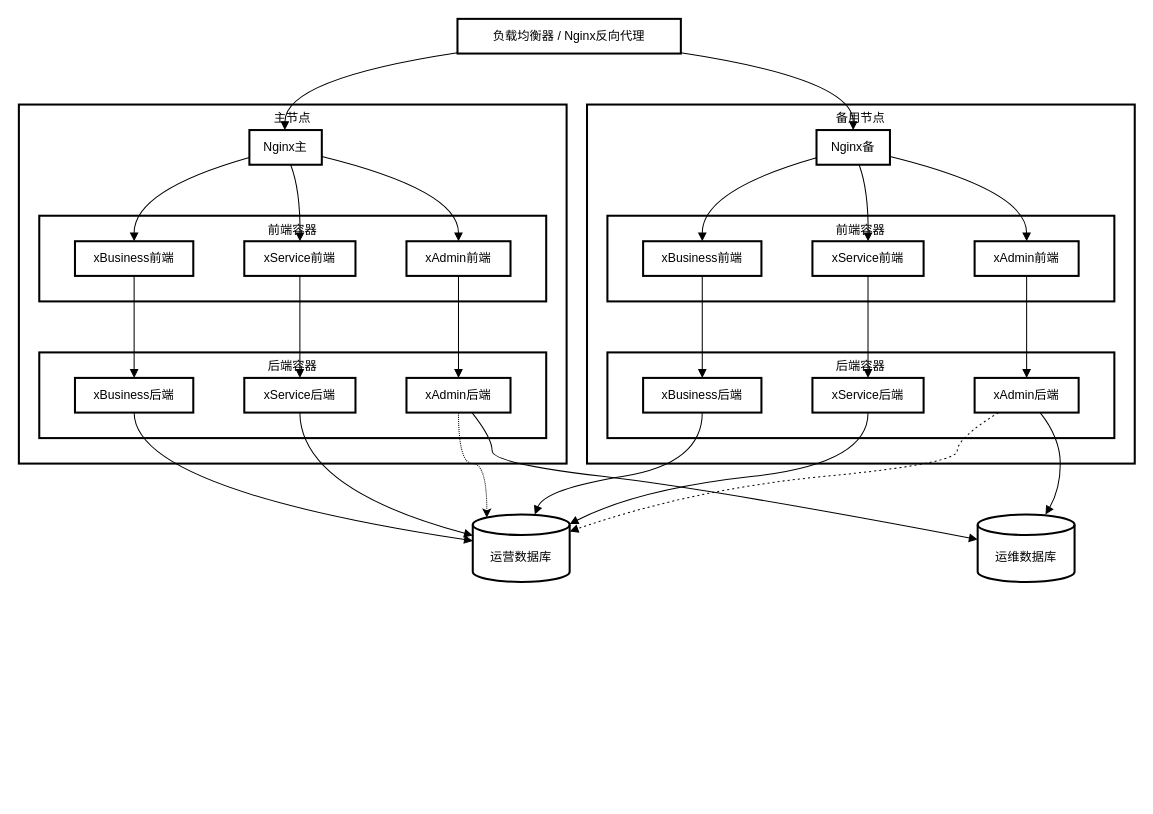
This is 未命名绘图.drawio from bachcuda/etltool, a draw.io file, before an edit. Source tidied: cells renumbered, new cells numbered last; positions are measured from the earlier drawing's top-left corner, leaving out a move shared by most shapes. Both pictures are drawn from the tidied source at 102%, with x=0, y=0 at pixel (18, 18).
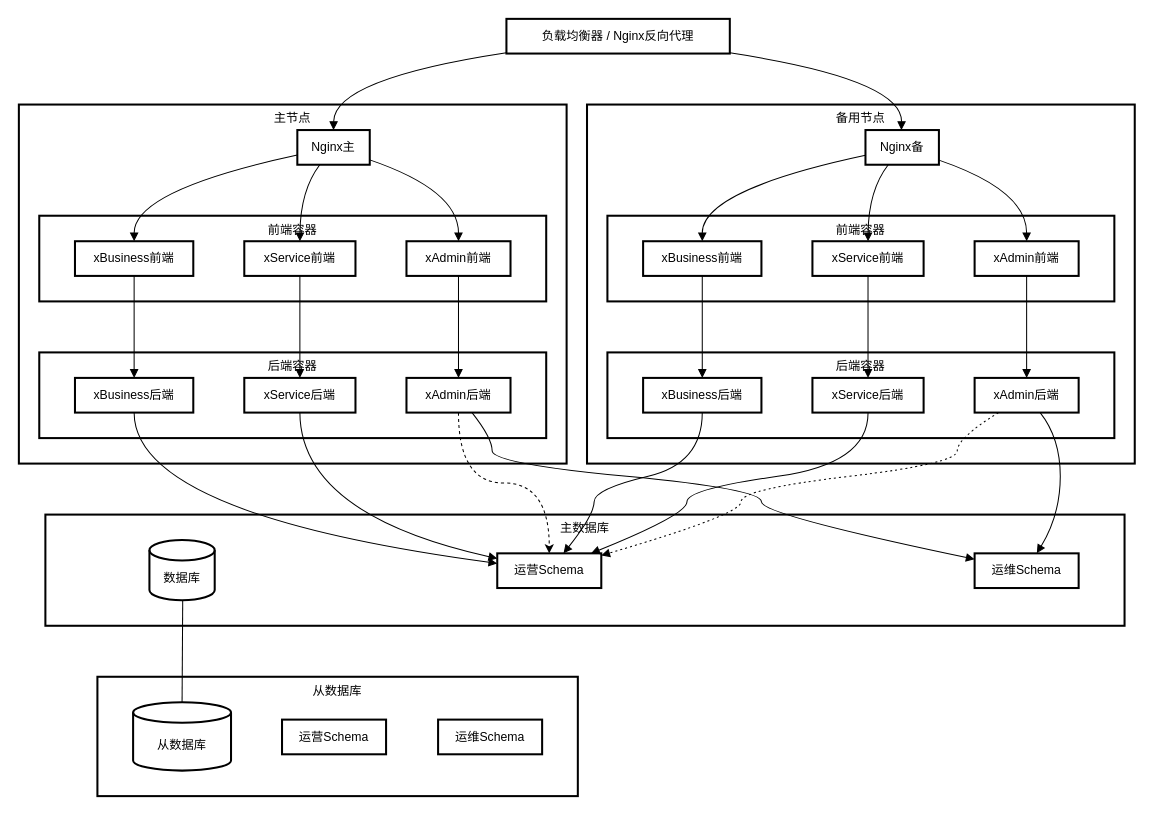
The same page after the edit.

Commit message (it also covers changes not shown here):
更新未命名绘图.drawio

Unchanged cells that the change refers to:
```xml
<mxCell id="6" value="xBusiness后端" style="whiteSpace=wrap;strokeWidth=2;" parent="1" vertex="1">
  <mxGeometry x="612" y="352" width="116" height="34" as="geometry" />
</mxCell>
<mxCell id="7" value="xService后端" style="whiteSpace=wrap;strokeWidth=2;" parent="1" vertex="1">
  <mxGeometry x="778" y="352" width="109" height="34" as="geometry" />
</mxCell>
<mxCell id="8" value="xAdmin后端" style="whiteSpace=wrap;strokeWidth=2;" parent="1" vertex="1">
  <mxGeometry x="937" y="352" width="102" height="34" as="geometry" />
</mxCell>
<mxCell id="9" value="xBusiness前端" style="whiteSpace=wrap;strokeWidth=2;" parent="1" vertex="1">
  <mxGeometry x="612" y="218" width="116" height="34" as="geometry" />
</mxCell>
<mxCell id="10" value="xService前端" style="whiteSpace=wrap;strokeWidth=2;" parent="1" vertex="1">
  <mxGeometry x="778" y="218" width="109" height="34" as="geometry" />
</mxCell>
<mxCell id="11" value="xAdmin前端" style="whiteSpace=wrap;strokeWidth=2;" parent="1" vertex="1">
  <mxGeometry x="937" y="218" width="102" height="34" as="geometry" />
</mxCell>
<mxCell id="16" value="xBusiness后端" style="whiteSpace=wrap;strokeWidth=2;" parent="1" vertex="1">
  <mxGeometry x="55" y="352" width="116" height="34" as="geometry" />
</mxCell>
<mxCell id="17" value="xService后端" style="whiteSpace=wrap;strokeWidth=2;" parent="1" vertex="1">
  <mxGeometry x="221" y="352" width="109" height="34" as="geometry" />
</mxCell>
<mxCell id="18" value="xAdmin后端" style="whiteSpace=wrap;strokeWidth=2;" parent="1" vertex="1">
  <mxGeometry x="380" y="352" width="102" height="34" as="geometry" />
</mxCell>
<mxCell id="19" value="xBusiness前端" style="whiteSpace=wrap;strokeWidth=2;" parent="1" vertex="1">
  <mxGeometry x="55" y="218" width="116" height="34" as="geometry" />
</mxCell>
<mxCell id="20" value="xService前端" style="whiteSpace=wrap;strokeWidth=2;" parent="1" vertex="1">
  <mxGeometry x="221" y="218" width="109" height="34" as="geometry" />
</mxCell>
<mxCell id="21" value="xAdmin前端" style="whiteSpace=wrap;strokeWidth=2;" parent="1" vertex="1">
  <mxGeometry x="380" y="218" width="102" height="34" as="geometry" />
</mxCell>
```

Change to the diagram source:
```diff
@@
+    <mxCell id="47" value="从数据库" style="whiteSpace=wrap;strokeWidth=2;verticalAlign=top;" parent="1" vertex="1">
+      <mxGeometry x="77" y="645" width="471" height="117" as="geometry" />
+    </mxCell>
+    <mxCell id="48" value="从数据库" style="shape=cylinder3;boundedLbl=1;backgroundOutline=1;size=10;strokeWidth=2;whiteSpace=wrap;" parent="1" vertex="1">
+      <mxGeometry x="112" y="670" width="96" height="67" as="geometry" />
+    </mxCell>
+    <mxCell id="49" value="运营Schema" style="whiteSpace=wrap;strokeWidth=2;" parent="1" vertex="1">
+      <mxGeometry x="258" y="687" width="102" height="34" as="geometry" />
+    </mxCell>
+    <mxCell id="50" value="运维Schema" style="whiteSpace=wrap;strokeWidth=2;" parent="1" vertex="1">
+      <mxGeometry x="411" y="687" width="102" height="34" as="geometry" />
+    </mxCell>
+    <mxCell id="51" value="主数据库" style="whiteSpace=wrap;strokeWidth=2;verticalAlign=top;" parent="1" vertex="1">
+      <mxGeometry x="26" y="486" width="1058" height="109" as="geometry" />
+    </mxCell>
+    <mxCell id="52" value="数据库" style="shape=cylinder3;boundedLbl=1;backgroundOutline=1;size=10;strokeWidth=2;whiteSpace=wrap;" parent="1" vertex="1">
+      <mxGeometry x="128" y="511" width="64" height="59" as="geometry" />
+    </mxCell>
+    <mxCell id="53" value="运营Schema" style="whiteSpace=wrap;strokeWidth=2;" parent="1" vertex="1">
+      <mxGeometry x="469" y="524" width="102" height="34" as="geometry" />
+    </mxCell>
+    <mxCell id="54" value="运维Schema" style="whiteSpace=wrap;strokeWidth=2;" parent="1" vertex="1">
+      <mxGeometry x="937" y="524" width="102" height="34" as="geometry" />
+    </mxCell>
@@
     <mxCell id="3" value="Nginx备" style="whiteSpace=wrap;strokeWidth=2;" parent="1" vertex="1">
-      <mxGeometry x="782" y="109" width="72" height="34" as="geometry" />
+      <mxGeometry x="830" y="109" width="72" height="34" as="geometry" />
     </mxCell>
@@
     <mxCell id="13" value="Nginx主" style="whiteSpace=wrap;strokeWidth=2;" parent="1" vertex="1">
-      <mxGeometry x="226" y="109" width="71" height="34" as="geometry" />
+      <mxGeometry x="273" y="109" width="71" height="34" as="geometry" />
     </mxCell>
@@
+    <mxCell id="55" style="edgeStyle=orthogonalEdgeStyle;rounded=0;jettySize=auto;html=1;curved=1;dashed=1;" parent="1" edge="1" source="18" target="53">
+      <mxGeometry relative="1" as="geometry" />
+    </mxCell>
@@
     <mxCell id="22" value="负载均衡器 / Nginx反向代理" style="whiteSpace=wrap;strokeWidth=2;" parent="1" vertex="1">
-      <mxGeometry x="430" width="219" height="34" as="geometry" />
+      <mxGeometry x="478" width="219" height="34" as="geometry" />
     </mxCell>
-    <mxCell id="23" value="运营数据库" style="shape=cylinder3;boundedLbl=1;backgroundOutline=1;size=10;strokeWidth=2;whiteSpace=wrap;" parent="1" vertex="1">
-      <mxGeometry x="445" y="486" width="95" height="66" as="geometry" />
-    </mxCell>
-    <mxCell id="24" value="运维数据库" style="shape=cylinder3;boundedLbl=1;backgroundOutline=1;size=10;strokeWidth=2;whiteSpace=wrap;" parent="1" vertex="1">
-      <mxGeometry x="940" y="486" width="95" height="66" as="geometry" />
-    </mxCell>
-    <mxCell id="25" style="curved=1;startArrow=none;endArrow=block;exitX=0;exitY=0.98;entryX=0.49;entryY=0;rounded=0;" parent="1" edge="1" source="22" target="13">
+    <mxCell id="25" style="curved=1;startArrow=none;endArrow=block;exitX=0;exitY=0.98;entryX=0.5;entryY=0;rounded=0;" parent="1" edge="1" source="22" target="13">
       <mxGeometry relative="1" as="geometry">
         <Array as="points">
-          <mxPoint x="261" y="59" />
+          <mxPoint x="309" y="59" />
         </Array>
       </mxGeometry>
     </mxCell>
-    <mxCell id="26" style="curved=1;startArrow=none;endArrow=block;exitX=1;exitY=0.98;entryX=0.5;entryY=0;rounded=0;" parent="1" edge="1" source="22" target="3">
+    <mxCell id="26" style="curved=1;startArrow=none;endArrow=block;exitX=1;exitY=0.98;entryX=0.49;entryY=0;rounded=0;" parent="1" edge="1" source="22" target="3">
       <mxGeometry relative="1" as="geometry">
         <Array as="points">
-          <mxPoint x="818" y="59" />
+          <mxPoint x="866" y="59" />
         </Array>
       </mxGeometry>
     </mxCell>
-    <mxCell id="27" style="curved=1;startArrow=none;endArrow=block;exitX=-0.01;exitY=0.8;entryX=0.5;entryY=0;rounded=0;" parent="1" edge="1" source="13" target="19">
+    <mxCell id="27" style="curved=1;startArrow=none;endArrow=block;exitX=0;exitY=0.72;entryX=0.5;entryY=0;rounded=0;" parent="1" edge="1" source="13" target="19">
       <mxGeometry relative="1" as="geometry">
         <Array as="points">
           <mxPoint x="113" y="168" />
         </Array>
       </mxGeometry>
     </mxCell>
-    <mxCell id="28" style="curved=1;startArrow=none;endArrow=block;exitX=0.57;exitY=1;entryX=0.5;entryY=0;rounded=0;" parent="1" edge="1" source="13" target="20">
+    <mxCell id="28" style="curved=1;startArrow=none;endArrow=block;exitX=0.31;exitY=1;entryX=0.5;entryY=0;rounded=0;" parent="1" edge="1" source="13" target="20">
       <mxGeometry relative="1" as="geometry">
         <Array as="points">
           <mxPoint x="276" y="168" />
         </Array>
       </mxGeometry>
     </mxCell>
-    <mxCell id="29" style="curved=1;startArrow=none;endArrow=block;exitX=0.99;exitY=0.76;entryX=0.5;entryY=0;rounded=0;" parent="1" edge="1" source="13" target="21">
+    <mxCell id="29" style="curved=1;startArrow=none;endArrow=block;exitX=1;exitY=0.86;entryX=0.5;entryY=0;rounded=0;" parent="1" edge="1" source="13" target="21">
       <mxGeometry relative="1" as="geometry">
         <Array as="points">
           <mxPoint x="431" y="168" />
         </Array>
       </mxGeometry>
     </mxCell>
-    <mxCell id="30" style="curved=1;startArrow=none;endArrow=block;exitX=0;exitY=0.8;entryX=0.5;entryY=0;rounded=0;" parent="1" edge="1" source="3" target="9">
+    <mxCell id="30" style="curved=1;startArrow=none;endArrow=block;exitX=0;exitY=0.73;entryX=0.5;entryY=0;rounded=0;" parent="1" edge="1" source="3" target="9">
       <mxGeometry relative="1" as="geometry">
         <Array as="points">
           <mxPoint x="670" y="168" />
         </Array>
       </mxGeometry>
     </mxCell>
-    <mxCell id="31" style="curved=1;startArrow=none;endArrow=block;exitX=0.58;exitY=1;entryX=0.5;entryY=0;rounded=0;" parent="1" edge="1" source="3" target="10">
+    <mxCell id="31" style="curved=1;startArrow=none;endArrow=block;exitX=0.31;exitY=1;entryX=0.5;entryY=0;rounded=0;" parent="1" edge="1" source="3" target="10">
       <mxGeometry relative="1" as="geometry">
         <Array as="points">
           <mxPoint x="833" y="168" />
         </Array>
       </mxGeometry>
     </mxCell>
-    <mxCell id="32" style="curved=1;startArrow=none;endArrow=block;exitX=0.99;exitY=0.76;entryX=0.5;entryY=0;rounded=0;" parent="1" edge="1" source="3" target="11">
+    <mxCell id="32" style="curved=1;startArrow=none;endArrow=block;exitX=0.99;exitY=0.86;entryX=0.5;entryY=0;rounded=0;" parent="1" edge="1" source="3" target="11">
       <mxGeometry relative="1" as="geometry">
         <Array as="points">
           <mxPoint x="988" y="168" />
         </Array>
       </mxGeometry>
     </mxCell>
@@
-    <mxCell id="39" style="curved=1;startArrow=none;endArrow=block;exitX=0.5;exitY=1;entryX=0;entryY=0.39;rounded=0;" parent="1" edge="1" source="16" target="23">
-      <mxGeometry relative="1" as="geometry">
-        <Array as="points">
-          <mxPoint x="113" y="461" />
-        </Array>
-      </mxGeometry>
-    </mxCell>
-    <mxCell id="40" style="curved=1;startArrow=none;endArrow=block;exitX=0.5;exitY=1;entryX=0;entryY=0.31;rounded=0;" parent="1" edge="1" source="17" target="23">
-      <mxGeometry relative="1" as="geometry">
-        <Array as="points">
-          <mxPoint x="276" y="461" />
-        </Array>
-      </mxGeometry>
-    </mxCell>
-    <mxCell id="41" style="curved=1;startArrow=none;endArrow=block;exitX=0.5;exitY=1;entryX=0.64;entryY=0;rounded=0;" parent="1" edge="1" source="6" target="23">
-      <mxGeometry relative="1" as="geometry">
-        <Array as="points">
-          <mxPoint x="670" y="436" />
-          <mxPoint x="516" y="461" />
-        </Array>
-      </mxGeometry>
-    </mxCell>
-    <mxCell id="42" style="curved=1;startArrow=none;endArrow=block;exitX=0.5;exitY=1;entryX=1;entryY=0.14;rounded=0;" parent="1" edge="1" source="7" target="23">
-      <mxGeometry relative="1" as="geometry">
-        <Array as="points">
-          <mxPoint x="833" y="436" />
-          <mxPoint x="607" y="461" />
-        </Array>
-      </mxGeometry>
-    </mxCell>
-    <mxCell id="43" style="curved=1;startArrow=none;endArrow=block;exitX=0.63;exitY=1;entryX=0;entryY=0.37;rounded=0;" parent="1" edge="1" source="18" target="24">
-      <mxGeometry relative="1" as="geometry">
-        <Array as="points">
-          <mxPoint x="464" y="411" />
-          <mxPoint x="464" y="436" />
-          <mxPoint x="680" y="461" />
-        </Array>
-      </mxGeometry>
-    </mxCell>
-    <mxCell id="44" style="curved=1;startArrow=none;endArrow=block;exitX=0.63;exitY=1;entryX=0.7;entryY=0;rounded=0;" parent="1" edge="1" source="8" target="24">
-      <mxGeometry relative="1" as="geometry">
-        <Array as="points">
-          <mxPoint x="1021" y="411" />
-          <mxPoint x="1021" y="461" />
-        </Array>
-      </mxGeometry>
-    </mxCell>
-    <mxCell id="45" style="curved=1;dashed=1;dashPattern=2 3;startArrow=none;endArrow=block;exitX=0.23;exitY=1;entryX=1;entryY=0.25;rounded=0;" parent="1" edge="1" source="8" target="23">
-      <mxGeometry relative="1" as="geometry">
-        <Array as="points">
-          <mxPoint x="920" y="411" />
-          <mxPoint x="920" y="436" />
-          <mxPoint x="660" y="461" />
-        </Array>
-      </mxGeometry>
-    </mxCell>
-    <mxCell id="46" style="edgeStyle=orthogonalEdgeStyle;rounded=0;jettySize=auto;html=1;entryX=0.145;entryY=0;entryDx=0;entryDy=2.9;entryPerimeter=0;dashed=1;dashPattern=1 1;curved=1;" parent="1" edge="1" source="18" target="23">
-      <mxGeometry relative="1" as="geometry" />
-    </mxCell>
+    <mxCell id="56" style="curved=1;startArrow=none;endArrow=block;exitX=0.5;exitY=1;entryX=0;entryY=0.29;rounded=0;" parent="1" edge="1" source="16" target="53">
+      <mxGeometry relative="1" as="geometry">
+        <Array as="points">
+          <mxPoint x="113" y="486" />
+        </Array>
+      </mxGeometry>
+    </mxCell>
+    <mxCell id="57" style="curved=1;startArrow=none;endArrow=block;exitX=0.5;exitY=1;entryX=0;entryY=0.15;rounded=0;" parent="1" edge="1" source="17" target="53">
+      <mxGeometry relative="1" as="geometry">
+        <Array as="points">
+          <mxPoint x="276" y="486" />
+        </Array>
+      </mxGeometry>
+    </mxCell>
+    <mxCell id="58" style="curved=1;startArrow=none;endArrow=block;exitX=0.5;exitY=1;entryX=0.64;entryY=-0.01;rounded=0;" parent="1" edge="1" source="6" target="53">
+      <mxGeometry relative="1" as="geometry">
+        <Array as="points">
+          <mxPoint x="670" y="436" />
+          <mxPoint x="564" y="461" />
+          <mxPoint x="564" y="486" />
+        </Array>
+      </mxGeometry>
+    </mxCell>
+    <mxCell id="59" style="curved=1;startArrow=none;endArrow=block;exitX=0.5;exitY=1;entryX=0.91;entryY=-0.01;rounded=0;" parent="1" edge="1" source="7" target="53">
+      <mxGeometry relative="1" as="geometry">
+        <Array as="points">
+          <mxPoint x="833" y="436" />
+          <mxPoint x="655" y="461" />
+          <mxPoint x="655" y="486" />
+        </Array>
+      </mxGeometry>
+    </mxCell>
+    <mxCell id="60" style="curved=1;startArrow=none;endArrow=block;exitX=0.63;exitY=1;entryX=0;entryY=0.17;rounded=0;" parent="1" edge="1" source="18" target="54">
+      <mxGeometry relative="1" as="geometry">
+        <Array as="points">
+          <mxPoint x="464" y="411" />
+          <mxPoint x="464" y="436" />
+          <mxPoint x="728" y="461" />
+          <mxPoint x="728" y="486" />
+        </Array>
+      </mxGeometry>
+    </mxCell>
+    <mxCell id="61" style="curved=1;startArrow=none;endArrow=block;exitX=0.63;exitY=1;entryX=0.6;entryY=-0.01;rounded=0;" parent="1" edge="1" source="8" target="54">
+      <mxGeometry relative="1" as="geometry">
+        <Array as="points">
+          <mxPoint x="1021" y="411" />
+          <mxPoint x="1021" y="486" />
+        </Array>
+      </mxGeometry>
+    </mxCell>
+    <mxCell id="62" style="curved=1;dashed=1;dashPattern=2 3;startArrow=none;endArrow=block;exitX=0.23;exitY=1;entryX=1.01;entryY=0.05;rounded=0;" parent="1" edge="1" source="8" target="53">
+      <mxGeometry relative="1" as="geometry">
+        <Array as="points">
+          <mxPoint x="920" y="411" />
+          <mxPoint x="920" y="436" />
+          <mxPoint x="708" y="461" />
+          <mxPoint x="708" y="486" />
+        </Array>
+      </mxGeometry>
+    </mxCell>
+    <mxCell id="63" style="curved=1;startArrow=none;endArrow=none;exitX=0.51;exitY=1.01;entryX=0.5;entryY=0.01;rounded=0;" parent="1" edge="1" source="52" target="48">
+      <mxGeometry relative="1" as="geometry" />
+    </mxCell>
```
